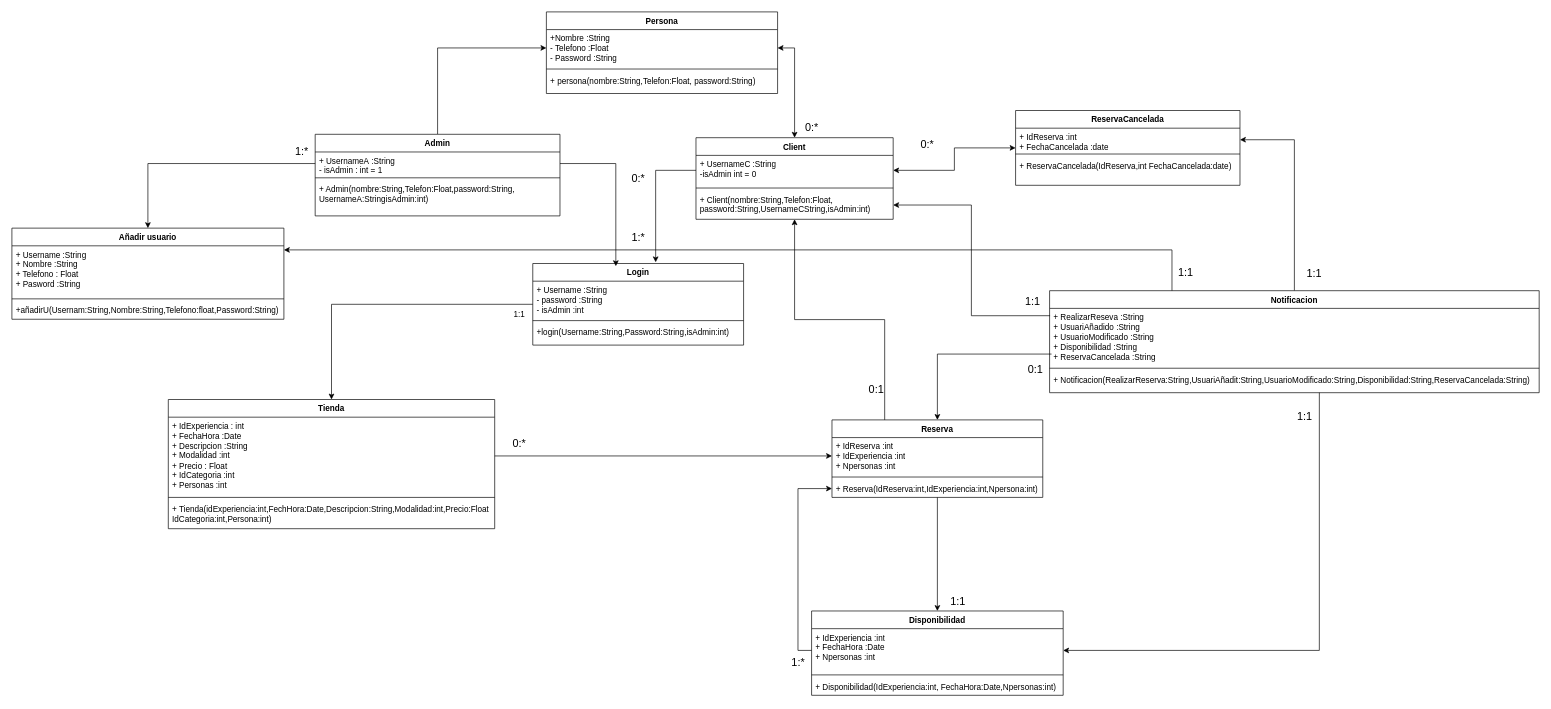
Before: Diagramas/UML_XaJo.drawio in joam6/Sailing_XaJo, a draw.io diagram. Source tidied: cells renumbered, new cells numbered last; positions are measured from the earlier drawing's top-left corner, leaving out a move shared by most shapes. Both pictures are drawn from the tidied source at 68%, with x=0, y=0 at pixel (12, 12).
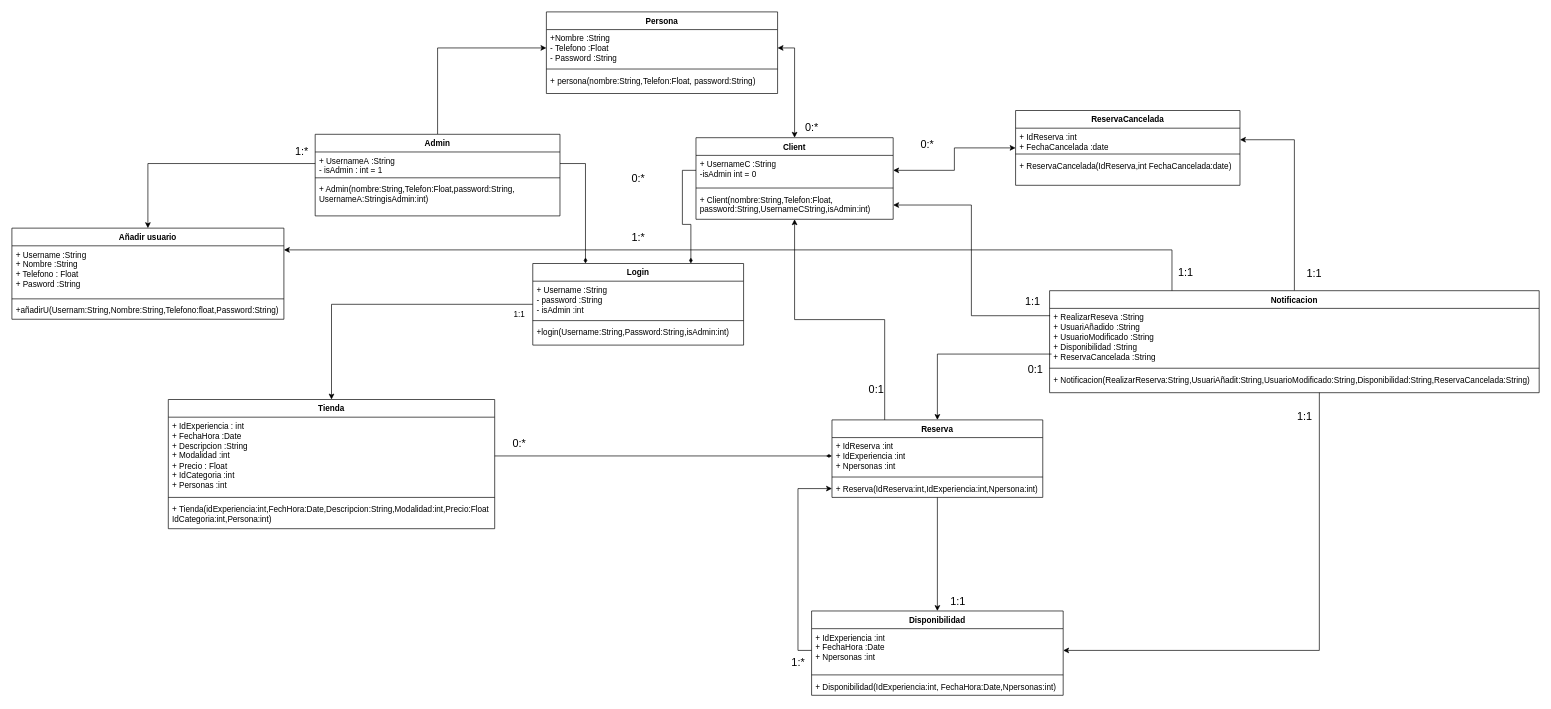
The same page after the edit.

The change refers to these unchanged cells:
```xml
<mxCell id="3" value="Login" style="swimlane;fontStyle=1;align=center;verticalAlign=top;horizontal=1;startSize=26;whiteSpace=wrap;html=1;" parent="1" vertex="1">
  <mxGeometry x="766" y="370" width="310" height="120" as="geometry" />
</mxCell>
<mxCell id="13" value="&lt;div&gt;+ UsernameA&amp;nbsp;&lt;span style=&quot;background-color: initial;&quot;&gt;:String&lt;/span&gt;&lt;/div&gt;- isAdmin : int = 1" style="text;strokeColor=none;fillColor=none;align=left;verticalAlign=top;spacingLeft=4;spacingRight=4;overflow=hidden;points=[[0,0.5],[1,0.5]];portConstraint=eastwest;whiteSpace=wrap;html=1;" parent="12" vertex="1">
  <mxGeometry y="26" width="360" height="34" as="geometry" />
</mxCell>
<mxCell id="18" value="&lt;div&gt;+ UsernameC&amp;nbsp;&lt;span style=&quot;background-color: initial;&quot;&gt;:String&lt;br&gt;-isAdmin int = 0&lt;/span&gt;&lt;/div&gt;" style="text;strokeColor=none;fillColor=none;align=left;verticalAlign=top;spacingLeft=4;spacingRight=4;overflow=hidden;points=[[0,0.5],[1,0.5]];portConstraint=eastwest;whiteSpace=wrap;html=1;" parent="17" vertex="1">
  <mxGeometry y="26" width="290" height="44" as="geometry" />
</mxCell>
<mxCell id="25" value="+ IdReserva :int&lt;br&gt;+ IdExperiencia :int&lt;br&gt;+ Npersonas :int" style="text;strokeColor=none;fillColor=none;align=left;verticalAlign=top;spacingLeft=4;spacingRight=4;overflow=hidden;points=[[0,0.5],[1,0.5]];portConstraint=eastwest;whiteSpace=wrap;html=1;" parent="24" vertex="1">
  <mxGeometry y="26" width="310" height="54" as="geometry" />
</mxCell>
<mxCell id="48" value="+ IdExperiencia : int&lt;br&gt;+ FechaHora :Date&lt;br&gt;+ Descripcion :String&lt;br&gt;+ Modalidad :int&lt;br&gt;+ Precio : Float&lt;br&gt;+ IdCategoria :int&lt;br&gt;+ Personas :int" style="text;strokeColor=none;fillColor=none;align=left;verticalAlign=top;spacingLeft=4;spacingRight=4;overflow=hidden;points=[[0,0.5],[1,0.5]];portConstraint=eastwest;whiteSpace=wrap;html=1;" parent="47" vertex="1">
  <mxGeometry y="26" width="480" height="114" as="geometry" />
</mxCell>
```

What changed in the source:
```diff
@@
-    <mxCell id="51" style="edgeStyle=orthogonalEdgeStyle;rounded=0;jettySize=auto;html=1;exitX=1;exitY=0.5;exitDx=0;exitDy=0;entryX=0.394;entryY=0.033;entryDx=0;entryDy=0;entryPerimeter=0;" parent="1" edge="1" source="13" target="3">
+    <mxCell id="51" style="edgeStyle=orthogonalEdgeStyle;rounded=0;jettySize=auto;html=1;exitX=1;exitY=0.5;exitDx=0;exitDy=0;entryX=0.25;entryY=0;entryDx=0;entryDy=0;endArrow=diamondThin;endFill=1;" parent="1" edge="1" source="13" target="3">
       <mxGeometry relative="1" as="geometry" />
     </mxCell>
-    <mxCell id="52" style="edgeStyle=orthogonalEdgeStyle;rounded=0;jettySize=auto;html=1;exitX=0;exitY=0.5;exitDx=0;exitDy=0;entryX=0.583;entryY=-0.015;entryDx=0;entryDy=0;entryPerimeter=0;" parent="1" edge="1" source="18" target="3">
+    <mxCell id="52" style="edgeStyle=orthogonalEdgeStyle;rounded=0;jettySize=auto;html=1;exitX=0;exitY=0.5;exitDx=0;exitDy=0;entryX=0.75;entryY=0;entryDx=0;entryDy=0;endArrow=diamondThin;endFill=1;" parent="1" edge="1" source="18" target="3">
       <mxGeometry relative="1" as="geometry" />
     </mxCell>
-    <mxCell id="53" style="edgeStyle=orthogonalEdgeStyle;rounded=0;jettySize=auto;html=1;entryX=0;entryY=0.5;entryDx=0;entryDy=0;" parent="1" edge="1" source="48" target="25">
+    <mxCell id="53" style="edgeStyle=orthogonalEdgeStyle;rounded=0;jettySize=auto;html=1;entryX=0;entryY=0.5;entryDx=0;entryDy=0;endArrow=diamondThin;endFill=1;" parent="1" edge="1" source="48" target="25">
       <mxGeometry relative="1" as="geometry" />
     </mxCell>
```
